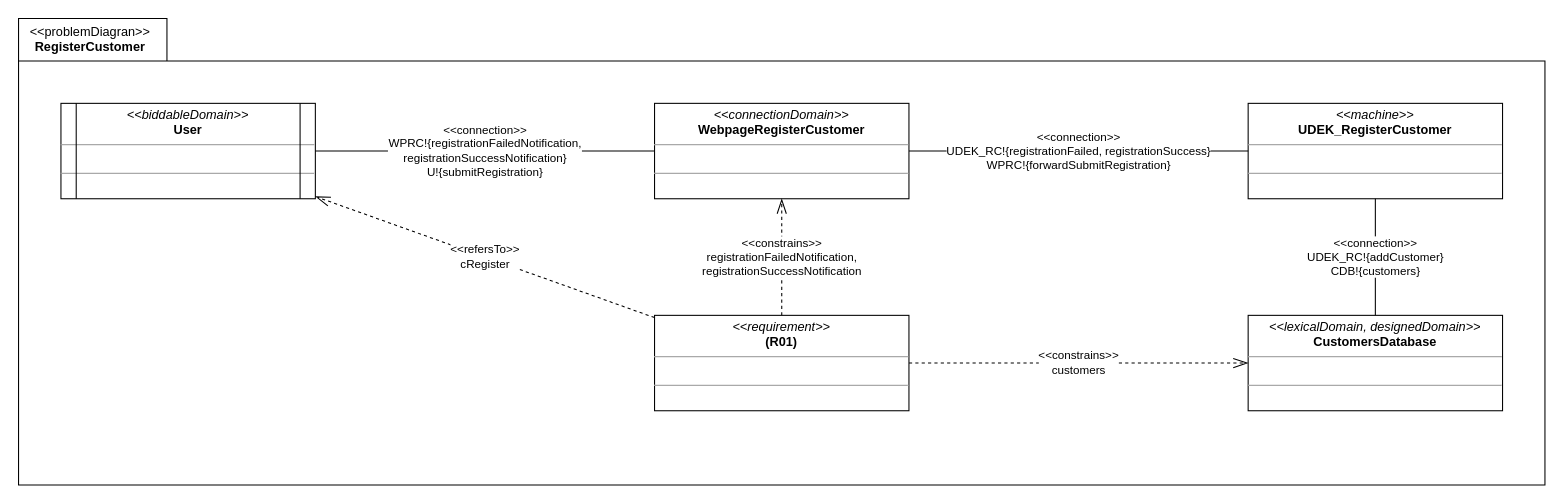
This is page "PD" (1 of 2) of a03_problem_diagram_1.drawio from melvdlin/swtlab, a draw.io file, before an edit. Source tidied: cells renumbered, new cells numbered last; positions are measured from the earlier drawing's top-left corner, leaving out a move shared by most shapes. Both pictures are drawn from the tidied source at 106%, with x=0, y=0 at pixel (18, 18).
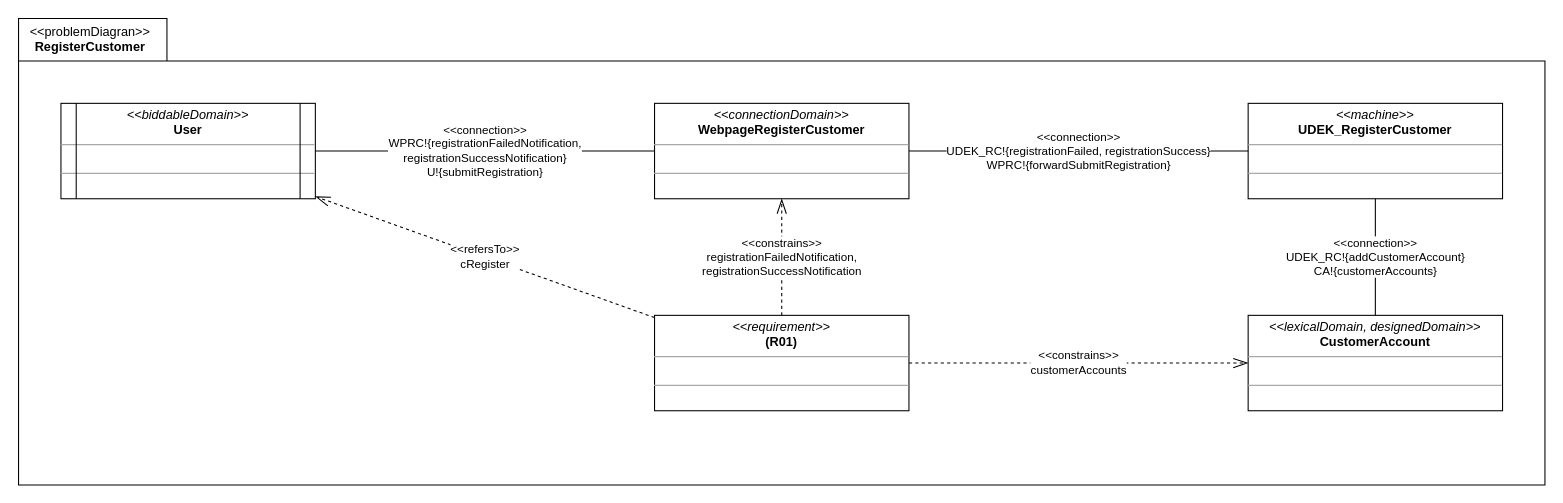
After the change.

Change to the diagram source:
```diff
@@
 <mxGraphModel>
   <root>
     <mxCell id="0" />
     <mxCell id="1" parent="0" />
     <mxCell id="2" value="&lt;div&gt;&lt;span style=&quot;font-weight: 400&quot;&gt;&amp;lt;&amp;lt;problemDiagran&amp;gt;&amp;gt;&lt;/span&gt;&lt;/div&gt;&lt;div style=&quot;text-align: center&quot;&gt;RegisterCustomer&lt;/div&gt;" style="shape=folder;fontStyle=1;spacingTop=1;tabWidth=140;tabHeight=40;tabPosition=left;html=1;rounded=0;shadow=0;glass=0;comic=0;sketch=0;gradientColor=none;labelPosition=center;verticalLabelPosition=middle;align=left;verticalAlign=top;spacing=0;spacingLeft=11;fillColor=default;" parent="1" vertex="1">
       <mxGeometry width="1440" height="440" as="geometry" />
     </mxCell>
     <mxCell id="3" style="group;" parent="2" vertex="1">
       <mxGeometry x="40" y="80" width="1360" height="290" as="geometry" />
     </mxCell>
     <mxCell id="4" style="group;" parent="3" vertex="1">
       <mxGeometry width="240" height="90" as="geometry" />
     </mxCell>
     <mxCell id="5" value="&lt;p style=&quot;margin: 0px ; margin-top: 4px ; text-align: center&quot;&gt;&lt;i&gt;&amp;lt;&amp;lt;biddableDomain&amp;gt;&amp;gt;&lt;/i&gt;&lt;br&gt;&lt;b&gt;User&lt;/b&gt;&lt;/p&gt;&lt;hr size=&quot;1&quot;&gt;&lt;p style=&quot;margin: 0px ; margin-left: 4px&quot;&gt;&lt;br&gt;&lt;/p&gt;&lt;hr size=&quot;1&quot;&gt;&lt;p style=&quot;margin: 0px ; margin-left: 4px&quot;&gt;&lt;br&gt;&lt;/p&gt;" style="verticalAlign=top;align=left;overflow=fill;fontSize=12;fontFamily=Helvetica;html=1;rounded=0;shadow=0;glass=0;comic=0;sketch=0;fontColor=default;gradientColor=none;points=[[0,0,0,0,0],[0,0.24,0,0,0],[0,0.5,0,0,0],[0,0.76,0,0,0],[0,1,0,0,0],[0.06,0,0,0,0],[0.06,1,0,0,0],[0.13,0,0,0,0],[0.13,1,0,0,0],[0.25,0,0,0,0],[0.25,1,0,0,0],[0.5,0,0,0,0],[0.5,1,0,0,0],[0.75,0,0,0,0],[0.75,1,0,0,0],[0.88,0,0,0,0],[0.88,1,0,0,0],[0.94,0,0,0,0],[0.94,1,0,0,0],[1,0,0,0,0],[1,0.26,0,0,0],[1,0.5,0,0,0],[1,0.76,0,0,0],[1,1,0,0,0]];" parent="4" vertex="1">
       <mxGeometry width="240" height="90" as="geometry" />
     </mxCell>
     <mxCell id="6" style="edgeStyle=none;shape=connector;rounded=0;orthogonalLoop=1;jettySize=auto;html=1;exitX=0.06;exitY=0;exitDx=0;exitDy=0;exitPerimeter=0;entryX=0.06;entryY=1;entryDx=0;entryDy=0;entryPerimeter=0;labelBackgroundColor=default;fontFamily=Helvetica;fontSize=11;fontColor=default;endArrow=none;endFill=0;strokeColor=default;strokeWidth=1;" parent="4" edge="1" source="5" target="5">
       <mxGeometry relative="1" as="geometry" />
     </mxCell>
     <mxCell id="7" style="edgeStyle=none;shape=connector;rounded=0;orthogonalLoop=1;jettySize=auto;html=1;exitX=0.94;exitY=0;exitDx=0;exitDy=0;exitPerimeter=0;entryX=0.94;entryY=1;entryDx=0;entryDy=0;entryPerimeter=0;labelBackgroundColor=default;fontFamily=Helvetica;fontSize=11;fontColor=default;endArrow=none;endFill=0;strokeColor=default;strokeWidth=1;" parent="4" edge="1" source="5" target="5">
       <mxGeometry relative="1" as="geometry" />
     </mxCell>
     <mxCell id="8" value="&lt;p style=&quot;margin: 0px ; margin-top: 4px ; text-align: center&quot;&gt;&lt;i&gt;&amp;lt;&amp;lt;machine&amp;gt;&amp;gt;&lt;/i&gt;&lt;br&gt;&lt;b&gt;UDEK_RegisterCustomer&lt;/b&gt;&lt;/p&gt;&lt;hr size=&quot;1&quot;&gt;&lt;p style=&quot;margin: 0px ; margin-left: 4px&quot;&gt;&lt;br&gt;&lt;/p&gt;&lt;hr size=&quot;1&quot;&gt;&lt;p style=&quot;margin: 0px ; margin-left: 4px&quot;&gt;&lt;br&gt;&lt;/p&gt;" style="verticalAlign=top;align=left;overflow=fill;fontSize=12;fontFamily=Helvetica;html=1;rounded=0;shadow=0;glass=0;comic=0;sketch=0;fontColor=default;gradientColor=none;" parent="3" vertex="1">
       <mxGeometry x="1120" width="240" height="90" as="geometry" />
     </mxCell>
     <mxCell id="9" value="&amp;lt;&amp;lt;connection&amp;gt;&amp;gt;&lt;br&gt;WPRC!{registrationFailedNotification,&lt;br&gt;registrationSuccessNotification}&lt;br&gt;U!{submitRegistration}" style="edgeStyle=none;rounded=0;jettySize=auto;html=1;endArrow=none;endFill=0;endSize=12;" parent="3" edge="1" source="11" target="5">
       <mxGeometry relative="1" as="geometry" />
     </mxCell>
     <mxCell id="10" value="&amp;lt;&amp;lt;connection&amp;gt;&amp;gt;&lt;br&gt;UDEK_RC!{registrationFailed, registrationSuccess}&lt;br&gt;WPRC!{forwardSubmitRegistration}&lt;br&gt;" style="edgeStyle=none;rounded=0;jettySize=auto;html=1;endArrow=none;endFill=0;endSize=12;" parent="3" edge="1" source="11" target="8">
       <mxGeometry relative="1" as="geometry" />
     </mxCell>
     <mxCell id="11" value="&lt;p style=&quot;margin: 0px ; margin-top: 4px ; text-align: center&quot;&gt;&lt;i&gt;&amp;lt;&amp;lt;connectionDomain&amp;gt;&amp;gt;&lt;/i&gt;&lt;br&gt;&lt;b&gt;WebpageRegisterCustomer&lt;/b&gt;&lt;/p&gt;&lt;hr size=&quot;1&quot;&gt;&lt;p style=&quot;margin: 0px ; margin-left: 4px&quot;&gt;&lt;br&gt;&lt;/p&gt;&lt;hr size=&quot;1&quot;&gt;&lt;p style=&quot;margin: 0px ; margin-left: 4px&quot;&gt;&lt;br&gt;&lt;/p&gt;" style="verticalAlign=top;align=left;overflow=fill;fontSize=12;fontFamily=Helvetica;html=1;rounded=0;shadow=0;glass=0;comic=0;sketch=0;fontColor=default;gradientColor=none;" parent="3" vertex="1">
       <mxGeometry x="560" width="240" height="90" as="geometry" />
     </mxCell>
-    <mxCell id="12" value="&lt;p style=&quot;margin: 0px ; margin-top: 4px ; text-align: center&quot;&gt;&lt;i&gt;&amp;lt;&amp;lt;lexicalDomain, designedDomain&amp;gt;&amp;gt;&lt;/i&gt;&lt;br&gt;&lt;b&gt;CustomersDatabase&lt;/b&gt;&lt;/p&gt;&lt;hr size=&quot;1&quot;&gt;&lt;p style=&quot;margin: 0px ; margin-left: 4px&quot;&gt;&lt;br&gt;&lt;/p&gt;&lt;hr size=&quot;1&quot;&gt;&lt;p style=&quot;margin: 0px ; margin-left: 4px&quot;&gt;&lt;br&gt;&lt;/p&gt;" style="verticalAlign=top;align=left;overflow=fill;fontSize=12;fontFamily=Helvetica;html=1;rounded=0;shadow=0;glass=0;comic=0;sketch=0;fontColor=default;gradientColor=none;strokeWidth=1;" parent="3" vertex="1">
+    <mxCell id="12" value="&lt;p style=&quot;margin: 0px ; margin-top: 4px ; text-align: center&quot;&gt;&lt;i&gt;&amp;lt;&amp;lt;lexicalDomain, designedDomain&amp;gt;&amp;gt;&lt;/i&gt;&lt;br&gt;&lt;b&gt;CustomerAccount&lt;/b&gt;&lt;/p&gt;&lt;hr size=&quot;1&quot;&gt;&lt;p style=&quot;margin: 0px ; margin-left: 4px&quot;&gt;&lt;br&gt;&lt;/p&gt;&lt;hr size=&quot;1&quot;&gt;&lt;p style=&quot;margin: 0px ; margin-left: 4px&quot;&gt;&lt;br&gt;&lt;/p&gt;" style="verticalAlign=top;align=left;overflow=fill;fontSize=12;fontFamily=Helvetica;html=1;rounded=0;shadow=0;glass=0;comic=0;sketch=0;fontColor=default;gradientColor=none;strokeWidth=1;" parent="3" vertex="1">
       <mxGeometry x="1120" y="200" width="240" height="90" as="geometry" />
     </mxCell>
-    <mxCell id="13" value="&amp;lt;&amp;lt;connection&amp;gt;&amp;gt;&lt;br&gt;UDEK_RC!{addCustomer}&lt;br&gt;CDB!{customers}" style="edgeStyle=none;rounded=0;jettySize=auto;html=1;endArrow=none;endFill=0;endSize=12;" parent="3" edge="1" source="8" target="12">
+    <mxCell id="13" value="&amp;lt;&amp;lt;connection&amp;gt;&amp;gt;&lt;br&gt;UDEK_RC!{addCustomerAccount}&lt;br&gt;CA!{customerAccounts}" style="edgeStyle=none;rounded=0;jettySize=auto;html=1;endArrow=none;endFill=0;endSize=12;" parent="3" edge="1" source="8" target="12">
       <mxGeometry relative="1" as="geometry" />
     </mxCell>
-    <mxCell id="14" value="&amp;lt;&amp;lt;constrains&amp;gt;&amp;gt;&lt;br&gt;customers" style="rounded=0;jettySize=auto;html=1;dashed=1;endArrow=openThin;endFill=0;endSize=12;" parent="3" edge="1" source="17" target="12">
+    <mxCell id="14" value="&amp;lt;&amp;lt;constrains&amp;gt;&amp;gt;&lt;br&gt;customerAccounts" style="rounded=0;jettySize=auto;html=1;dashed=1;endArrow=openThin;endFill=0;endSize=12;" parent="3" edge="1" source="17" target="12">
       <mxGeometry relative="1" as="geometry" />
     </mxCell>
     <mxCell id="15" value="&amp;lt;&amp;lt;refersTo&amp;gt;&amp;gt;&lt;br&gt;cRegister" style="edgeStyle=none;rounded=0;jettySize=auto;html=1;dashed=1;endArrow=openThin;endFill=0;endSize=12;" parent="3" edge="1" source="17" target="5">
       <mxGeometry relative="1" as="geometry" />
     </mxCell>
     <mxCell id="16" value="&amp;lt;&amp;lt;constrains&amp;gt;&amp;gt;&lt;br&gt;registrationFailedNotification,&lt;br&gt;registrationSuccessNotification" style="edgeStyle=none;rounded=0;jettySize=auto;html=1;dashed=1;endArrow=openThin;endFill=0;endSize=12;" parent="3" edge="1" source="17" target="11">
       <mxGeometry relative="1" as="geometry" />
     </mxCell>
     <mxCell id="17" value="&lt;p style=&quot;margin: 0px ; margin-top: 4px ; text-align: center&quot;&gt;&lt;i&gt;&amp;lt;&amp;lt;requirement&amp;gt;&amp;gt;&lt;/i&gt;&lt;br&gt;&lt;b&gt;(R01)&lt;/b&gt;&lt;/p&gt;&lt;hr size=&quot;1&quot;&gt;&lt;p style=&quot;margin: 0px ; margin-left: 4px&quot;&gt;&lt;br&gt;&lt;/p&gt;&lt;hr size=&quot;1&quot;&gt;&lt;p style=&quot;margin: 0px ; margin-left: 4px&quot;&gt;&lt;br&gt;&lt;/p&gt;" style="verticalAlign=top;align=left;overflow=fill;fontSize=12;fontFamily=Helvetica;html=1;rounded=0;shadow=0;glass=0;comic=0;sketch=0;fontColor=default;gradientColor=none;" parent="3" vertex="1">
       <mxGeometry x="560" y="200" width="240" height="90" as="geometry" />
     </mxCell>
   </root>
 </mxGraphModel>
```
